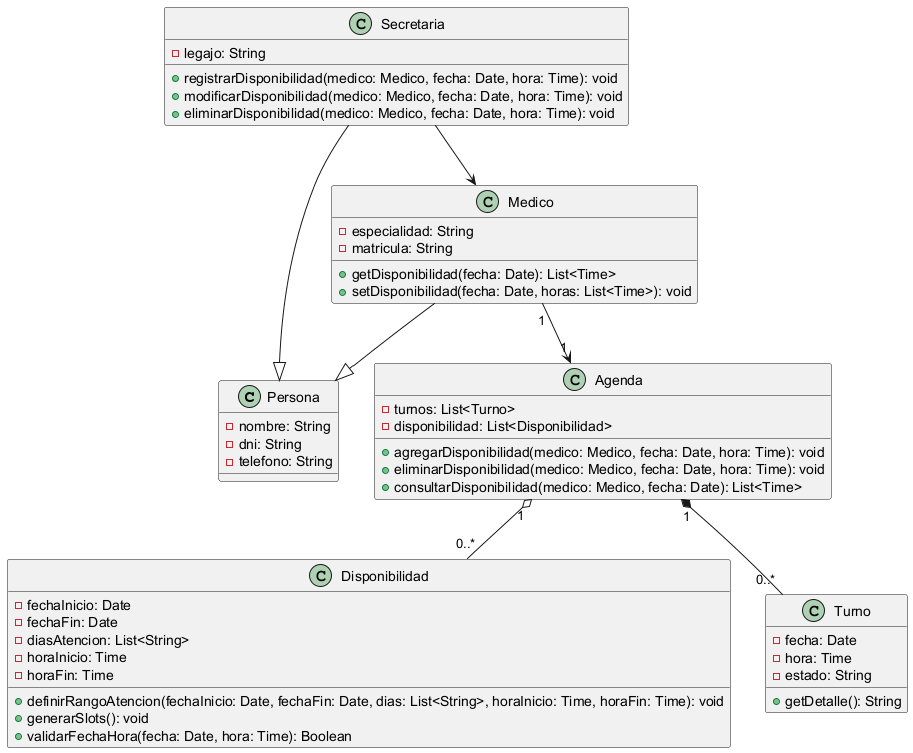
This is diagramas/01-diagrama-clases/05-clases-administrar-disponibilidad-05.png from Purezaamor/SistemaTurnosMedicos, a PlantUML export, as it was before one commit. The source it was exported from:
```plantuml
@startuml
class Persona {
  - nombre: String
  - dni: String
  - telefono: String
}

class Secretaria {
  - legajo: String
  + registrarDisponibilidad(medico: Medico, fecha: Date, hora: Time): void
  + modificarDisponibilidad(medico: Medico, fecha: Date, hora: Time): void
  + eliminarDisponibilidad(medico: Medico, fecha: Date, hora: Time): void
}

class Medico {
  - especialidad: String
  - matricula: String
  + getDisponibilidad(fecha: Date): List<Time>
  + setDisponibilidad(fecha: Date, horas: List<Time>): void
}

class Agenda {
  - turnos: List<Turno>
  - disponibilidad: List<Disponibilidad>
  + agregarDisponibilidad(medico: Medico, fecha: Date, hora: Time): void
  + eliminarDisponibilidad(medico: Medico, fecha: Date, hora: Time): void
  + consultarDisponibilidad(medico: Medico, fecha: Date): List<Time>
}

class Disponibilidad {
    - fechaInicio: Date
    - fechaFin: Date
    - diasAtencion: List<String>
    - horaInicio: Time
    - horaFin: Time
    + definirRangoAtencion(fechaInicio: Date, fechaFin: Date, dias: List<String>, horaInicio: Time, horaFin: Time): void
    + generarSlots(): void
    + validarFechaHora(fecha: Date, hora: Time): Boolean
}

class Turno {
  - fecha: Date
  - hora: Time
  - estado: String
  + getDetalle(): String
}

Secretaria --|> Persona
Medico --|> Persona
Secretaria --> Medico
Agenda "1" o-- "0..*" Disponibilidad
Agenda "1" *-- "0..*" Turno
Medico "1" --> "1" Agenda
@enduml
```
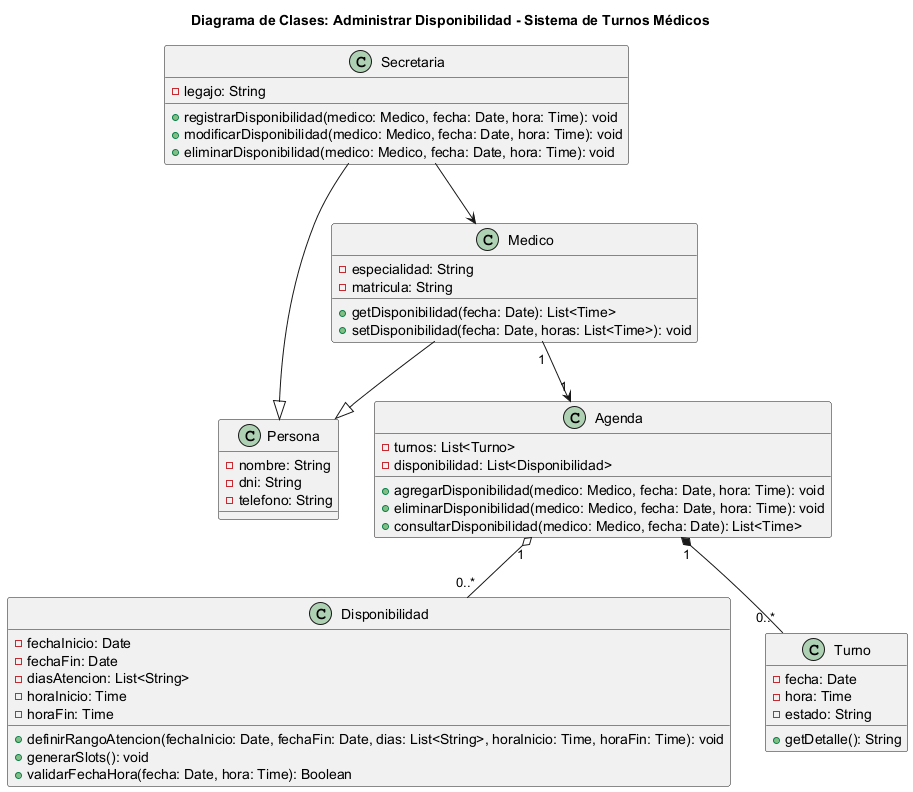
Later version of the same file.

Commit message:
fix: se agrega archivo .png

Diff of the diagram source:
```diff
@@ -1,4 +1,5 @@
-@startuml
+@startuml 05-clases-administrar-disponibilidad-05
+title Diagrama de Clases: Administrar Disponibilidad - Sistema de Turnos Médicos
 class Persona {
   - nombre: String
   - dni: String
```
